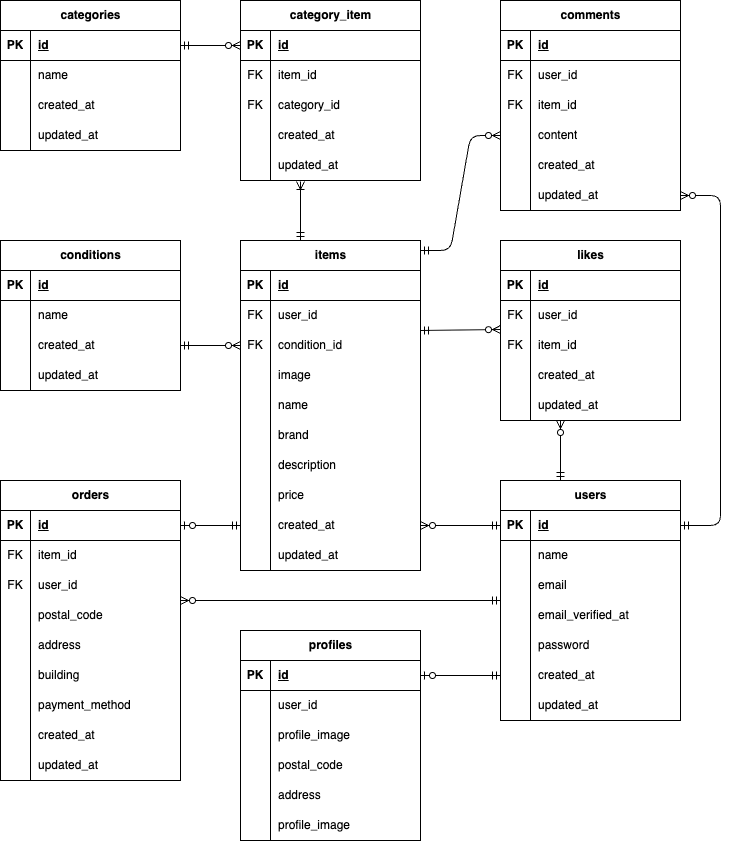
Before: docs/er.drawio.png, a diagram exported from draw.io (YumiOotake/coachtech-flea-market-test). Source tidied: cells renumbered, new cells last; positions are measured from the earlier drawing's top-left corner, leaving out a move shared by most shapes.
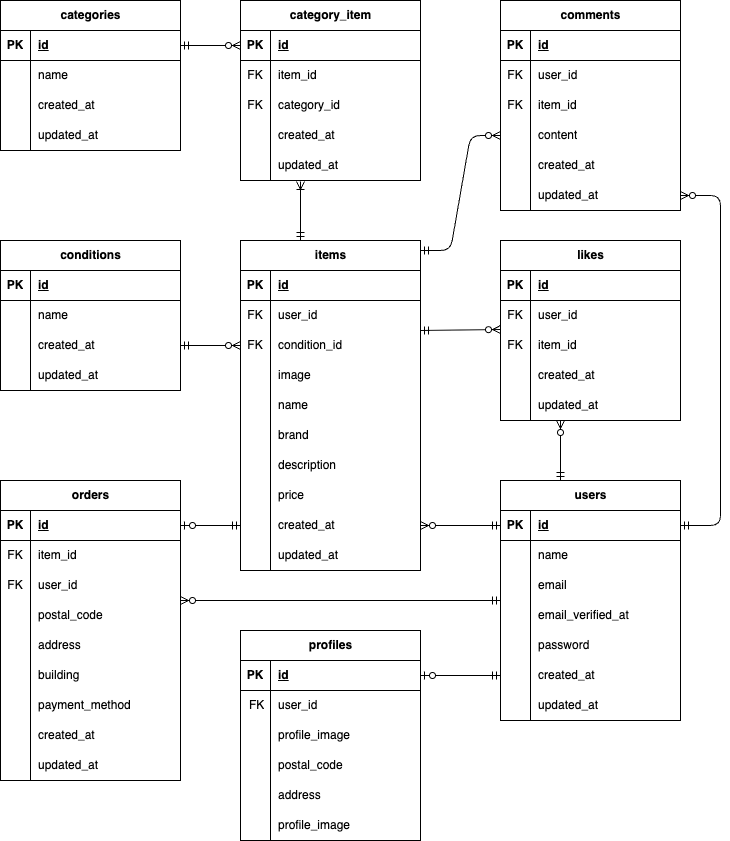
Above is the later version.

What changed in the source:
```diff
@@ -539,7 +539,7 @@
     <mxCell id="174" style="shape=tableRow;horizontal=0;startSize=0;swimlaneHead=0;swimlaneBody=0;fillColor=none;top=0;left=0;right=0;bottom=0;" parent="170" vertex="1">
       <mxGeometry y="60" width="180" height="30" as="geometry" />
     </mxCell>
-    <mxCell id="175" style="shape=partialRectangle;fillColor=none;top=0;left=0;bottom=0;right=0;overflow=hidden;whiteSpace=wrap;html=1;" parent="174" vertex="1">
+    <mxCell id="175" value="&amp;nbsp;FK" style="shape=partialRectangle;fillColor=none;top=0;left=0;bottom=0;right=0;overflow=hidden;whiteSpace=wrap;html=1;" parent="174" vertex="1">
       <mxGeometry width="30" height="30" as="geometry" />
     </mxCell>
     <mxCell id="176" value="user_id" style="shape=partialRectangle;fillColor=none;top=0;left=0;bottom=0;right=0;align=left;spacingLeft=6;overflow=hidden;whiteSpace=wrap;html=1;" parent="174" vertex="1">
```
